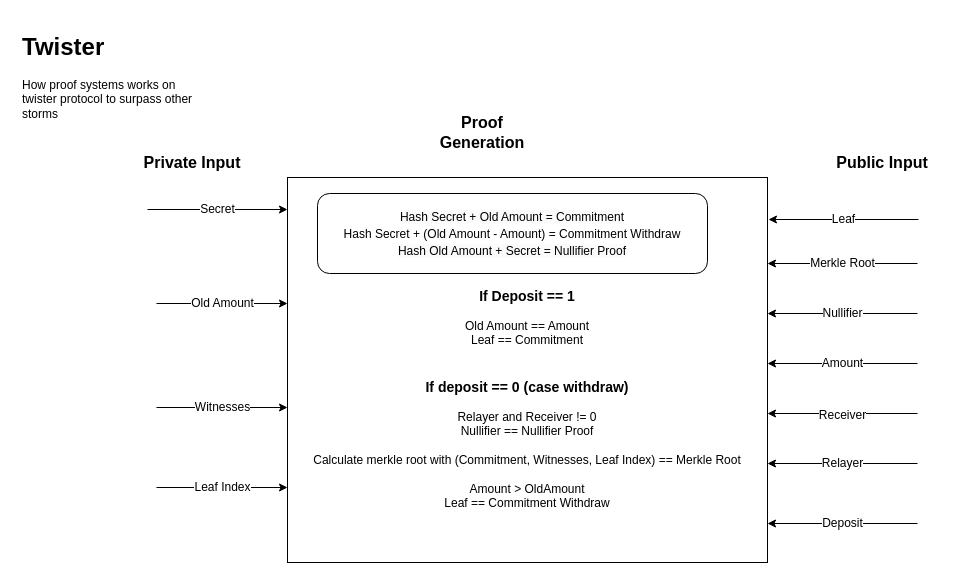
The draw.io diagram proof.drawio in youtpout/twister, before the edit. Source tidied: cells renumbered, new cells numbered last; positions are measured from the earlier drawing's top-left corner, leaving out a move shared by most shapes. Both pictures are drawn from the tidied source at 100%, with x=0, y=0 at pixel (17, 27).
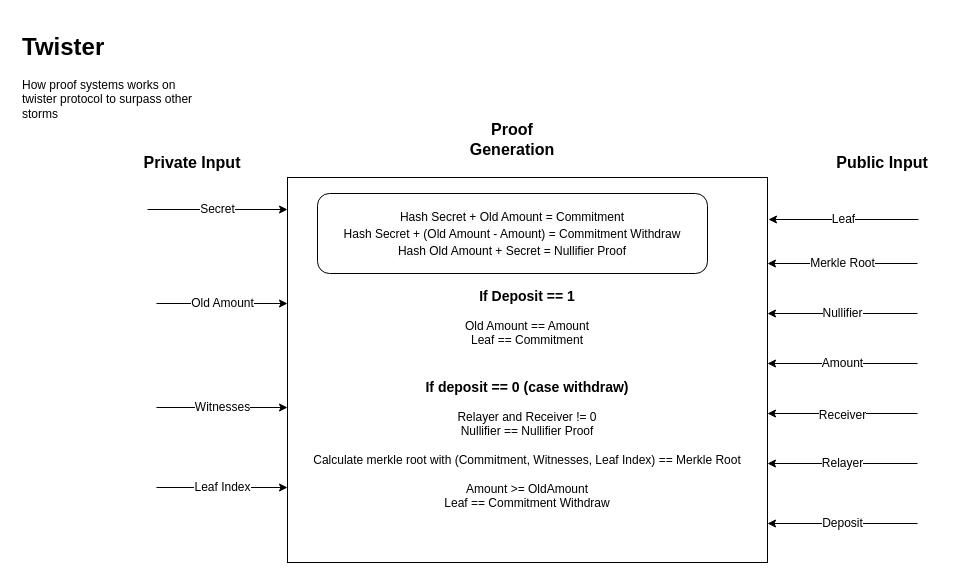
After the change.

Commit message (it also covers changes not shown here):
update proof schema

Diff of the diagram source:
```diff
@@
-    <mxCell id="2" value="&lt;br&gt;&lt;br&gt;&lt;br&gt;&lt;br&gt;&lt;br&gt;&lt;b&gt;&lt;font style=&quot;font-size: 14px;&quot;&gt;If Deposit == 1&lt;/font&gt;&lt;/b&gt;&lt;br&gt;&lt;br&gt;Old Amount == Amount&lt;br&gt;Leaf == Commitment&lt;br&gt;&lt;br&gt;&lt;font style=&quot;font-size: 14px;&quot;&gt;&lt;b&gt;&lt;br&gt;If deposit == 0 (case withdraw)&lt;br&gt;&lt;/b&gt;&lt;/font&gt;&lt;br&gt;Relayer and Receiver != 0&lt;br&gt;Nullifier == Nullifier Proof&lt;br&gt;&lt;br&gt;Calculate merkle root with (Commitment, Witnesses, Leaf Index) == Merkle Root&lt;br&gt;&lt;br&gt;Amount &amp;gt; OldAmount&lt;br&gt;Leaf == Commitment Withdraw&lt;br&gt;&amp;nbsp;" style="rounded=0;whiteSpace=wrap;html=1;" parent="1" vertex="1">
+    <mxCell id="2" value="&lt;br&gt;&lt;br&gt;&lt;br&gt;&lt;br&gt;&lt;br&gt;&lt;b&gt;&lt;font style=&quot;font-size: 14px;&quot;&gt;If Deposit == 1&lt;/font&gt;&lt;/b&gt;&lt;br&gt;&lt;br&gt;Old Amount == Amount&lt;br&gt;Leaf == Commitment&lt;br&gt;&lt;br&gt;&lt;font style=&quot;font-size: 14px;&quot;&gt;&lt;b&gt;&lt;br&gt;If deposit == 0 (case withdraw)&lt;br&gt;&lt;/b&gt;&lt;/font&gt;&lt;br&gt;Relayer and Receiver != 0&lt;br&gt;Nullifier == Nullifier Proof&lt;br&gt;&lt;br&gt;Calculate merkle root with (Commitment, Witnesses, Leaf Index) == Merkle Root&lt;br&gt;&lt;br&gt;Amount &amp;gt;= OldAmount&lt;br&gt;Leaf == Commitment Withdraw&lt;br&gt;&amp;nbsp;" style="rounded=0;whiteSpace=wrap;html=1;" parent="1" vertex="1">
       <mxGeometry x="270" y="150" width="480" height="385" as="geometry" />
     </mxCell>
@@
     <mxCell id="17" value="Proof Generation" style="text;html=1;strokeColor=none;fillColor=none;align=center;verticalAlign=middle;whiteSpace=wrap;rounded=0;glass=0;fontStyle=1;fontSize=16;" parent="1" vertex="1">
-      <mxGeometry x="410" y="90" width="110" height="30" as="geometry" />
+      <mxGeometry x="440" y="97" width="110" height="30" as="geometry" />
     </mxCell>
```
